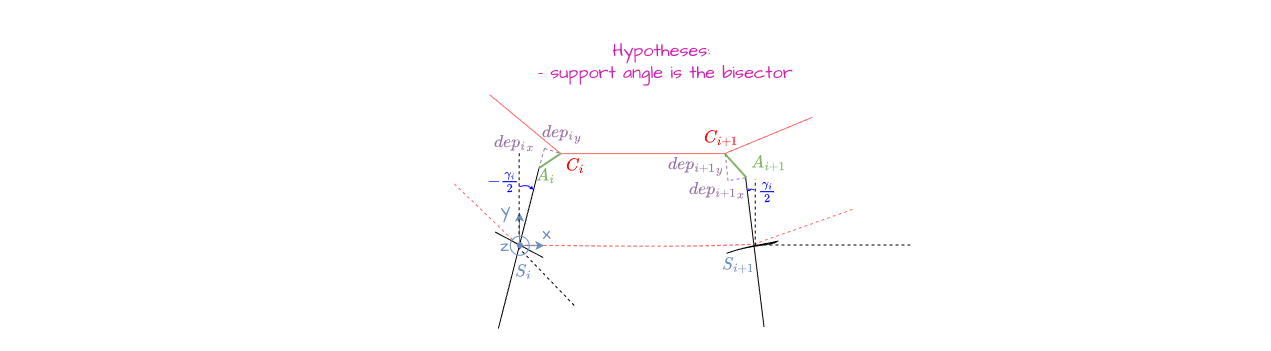
phlowers/mechaphlowers keeps this draw.io diagram as docs/user_guide/assets/angle_line_points.drawio.png. Above is the earlier version. Source tidied: cells renumbered, new cells last; positions are measured from the earlier drawing's top-left corner, leaving out a move shared by most shapes.
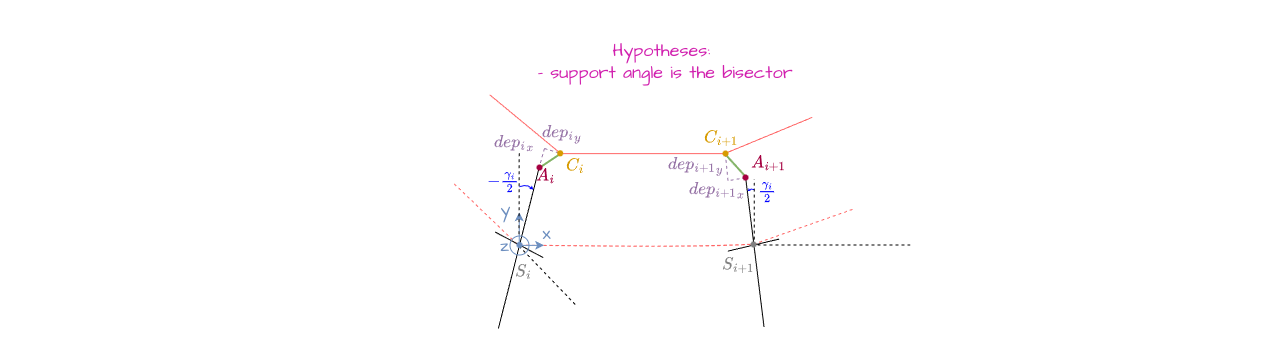
The same diagram one commit later.

Commit message:
Add points on schemas

Diff of the diagram source:
```diff
@@ -5,7 +5,7 @@
     <mxCell id="2" style="rounded=0;whiteSpace=wrap;html=1;sketch=1;hachureGap=4;jiggle=2;curveFitting=1;fontFamily=Architects Daughter;fontSource=https%3A%2F%2Ffonts.googleapis.com%2Fcss%3Ffamily%3DArchitects%2BDaughter;fontSize=18;fillColor=default;strokeColor=none;" parent="1" vertex="1">
       <mxGeometry width="1270.1" height="350" as="geometry" />
     </mxCell>
-    <mxCell id="3" value="&lt;font style=&quot;color: rgb(130, 179, 102);&quot; face=&quot;Architects daughter&quot;&gt;\(A_i\)&lt;/font&gt;" style="text;html=1;align=center;verticalAlign=middle;strokeColor=none;fillColor=none;fontSize=18;" parent="1" vertex="1">
+    <mxCell id="3" value="&lt;font style=&quot;color: rgb(165, 0, 64);&quot; face=&quot;Architects daughter&quot;&gt;\(A_i\)&lt;/font&gt;" style="text;html=1;align=center;verticalAlign=middle;strokeColor=none;fillColor=none;fontSize=18;" parent="1" vertex="1">
       <mxGeometry x="505" y="155" width="80" height="40" as="geometry" />
     </mxCell>
     <mxCell id="4" value="&lt;font style=&quot;color: rgb(209, 31, 174);&quot;&gt;Hypotheses:&amp;nbsp;&lt;/font&gt;&lt;div&gt;&lt;font style=&quot;color: rgb(209, 31, 174);&quot;&gt;- support angle is the bisector&lt;/font&gt;&lt;/div&gt;" style="text;html=1;strokeColor=none;fillColor=none;align=center;verticalAlign=middle;whiteSpace=wrap;rounded=0;labelBackgroundColor=none;sketch=0;hachureGap=4;jiggle=2;curveFitting=1;strokeWidth=2;fontFamily=Architects Daughter;fontSource=https%3A%2F%2Ffonts.googleapis.com%2Fcss%3Ffamily%3DArchitects%2BDaughter;fontSize=18;fontColor=#D11FAE;flipV=0;" parent="1" vertex="1">
@@ -31,8 +31,8 @@
     </mxCell>
     <mxCell id="8" style="endArrow=none;dashed=1;html=1;strokeWidth=1;hachureGap=4;fontFamily=Architects Daughter;fontSource=https%3A%2F%2Ffonts.googleapis.com%2Fcss%3Ffamily%3DArchitects%2BDaughter;fontSize=18;" parent="1" edge="1">
       <mxGeometry relative="1" as="geometry">
-        <mxPoint x="517.6" y="246.6" as="sourcePoint" />
-        <mxPoint x="575.5" y="306.9" as="targetPoint" />
+        <mxPoint x="518.6" y="245.6" as="sourcePoint" />
+        <mxPoint x="576.5" y="305.9" as="targetPoint" />
       </mxGeometry>
     </mxCell>
     <mxCell id="9" style="endArrow=none;html=1;hachureGap=4;fontFamily=Architects Daughter;fontSource=https%3A%2F%2Ffonts.googleapis.com%2Fcss%3Ffamily%3DArchitects%2BDaughter;fontSize=18;strokeColor=#FF6666;dashed=1;" parent="1" edge="1">
@@ -62,10 +62,10 @@
         <mxPoint y="73.9" as="targetPoint" />
       </mxGeometry>
     </mxCell>
-    <mxCell id="14" value="&lt;font style=&quot;color: rgb(108, 142, 191);&quot; face=&quot;Architects daughter&quot;&gt;\(S_i\)&lt;/font&gt;" style="text;html=1;align=center;verticalAlign=middle;strokeColor=none;fillColor=none;fontSize=18;" parent="11" vertex="1">
+    <mxCell id="14" value="&lt;font style=&quot;color: rgb(128, 128, 128);&quot; face=&quot;Architects daughter&quot;&gt;\(S_i\)&lt;/font&gt;" style="text;html=1;align=center;verticalAlign=middle;strokeColor=none;fillColor=none;fontSize=18;" parent="11" vertex="1">
       <mxGeometry x="-11.7" y="93.4" width="80" height="40" as="geometry" />
     </mxCell>
-    <mxCell id="15" style="group;rotation=-9.9;sketch=1;hachureGap=4;jiggle=2;curveFitting=1;fontFamily=Architects Daughter;fontSource=https%3A%2F%2Ffonts.googleapis.com%2Fcss%3Ffamily%3DArchitects%2BDaughter;fontSize=18;flipV=0;" parent="1" vertex="1">
+    <mxCell id="15" style="group;rotation=-9.9;hachureGap=4;fontFamily=Architects Daughter;fontSource=https%3A%2F%2Ffonts.googleapis.com%2Fcss%3Ffamily%3DArchitects%2BDaughter;fontSize=18;flipV=0;" parent="1" vertex="1">
       <mxGeometry x="726.4" y="162.1" width="52.5" height="165.9" as="geometry" />
     </mxCell>
     <mxCell id="16" style="endArrow=none;html=1;hachureGap=4;fontFamily=Architects Daughter;fontSource=https%3A%2F%2Ffonts.googleapis.com%2Fcss%3Ffamily%3DArchitects%2BDaughter;fontSize=18;" parent="15" edge="1">
@@ -74,10 +74,10 @@
         <mxPoint x="18.6" y="13.6" as="targetPoint" />
       </mxGeometry>
     </mxCell>
-    <mxCell id="17" style="endArrow=none;html=1;sketch=1;hachureGap=4;jiggle=2;curveFitting=1;fontFamily=Architects Daughter;fontSource=https%3A%2F%2Ffonts.googleapis.com%2Fcss%3Ffamily%3DArchitects%2BDaughter;fontSize=18;" parent="15" edge="1">
+    <mxCell id="17" style="endArrow=none;html=1;hachureGap=4;fontFamily=Architects Daughter;fontSource=https%3A%2F%2Ffonts.googleapis.com%2Fcss%3Ffamily%3DArchitects%2BDaughter;fontSize=18;" parent="15" edge="1">
       <mxGeometry relative="1" as="geometry">
-        <mxPoint x="51.4" y="78.4" as="sourcePoint" />
-        <mxPoint y="90.5" as="targetPoint" />
+        <mxPoint x="52.4" y="76.4" as="sourcePoint" />
+        <mxPoint x="1" y="88.5" as="targetPoint" />
       </mxGeometry>
     </mxCell>
     <mxCell id="18" style="endArrow=none;html=1;hachureGap=4;fontFamily=Architects Daughter;fontSource=https%3A%2F%2Ffonts.googleapis.com%2Fcss%3Ffamily%3DArchitects%2BDaughter;fontSize=18;strokeColor=#FF6666;rounded=1;curved=0;" parent="1" edge="1">
@@ -92,10 +92,10 @@
         <mxPoint x="753.7" y="243.6" as="targetPoint" />
       </mxGeometry>
     </mxCell>
-    <mxCell id="20" value="&lt;font style=&quot;color: rgb(108, 142, 191);&quot; face=&quot;Architects daughter&quot;&gt;\(S_{i+1}\)&lt;/font&gt;" style="text;html=1;align=center;verticalAlign=middle;strokeColor=none;fillColor=none;fontSize=18;" parent="1" vertex="1">
+    <mxCell id="20" value="&lt;font style=&quot;color: rgb(128, 128, 128);&quot; face=&quot;Architects daughter&quot;&gt;\(S_{i+1}\)&lt;/font&gt;" style="text;html=1;align=center;verticalAlign=middle;strokeColor=none;fillColor=none;fontSize=18;" parent="1" vertex="1">
       <mxGeometry x="683" y="244" width="110" height="40" as="geometry" />
     </mxCell>
-    <mxCell id="21" value="&lt;font style=&quot;color: rgb(255, 0, 0);&quot; face=&quot;Architects daughter&quot;&gt;\(C_i\)&lt;/font&gt;" style="text;html=1;align=center;verticalAlign=middle;strokeColor=none;fillColor=none;fontSize=18;" parent="1" vertex="1">
+    <mxCell id="21" value="&lt;font style=&quot;color: rgb(215, 155, 0);&quot; face=&quot;Architects daughter&quot;&gt;\(C_i\)&lt;/font&gt;" style="text;html=1;align=center;verticalAlign=middle;strokeColor=none;fillColor=none;fontSize=18;" parent="1" vertex="1">
       <mxGeometry x="534.9" y="144.8" width="80" height="40" as="geometry" />
     </mxCell>
     <mxCell id="22" style="edgeStyle=none;orthogonalLoop=1;jettySize=auto;html=1;fillColor=#d5e8d4;strokeColor=#82b366;strokeWidth=2;endArrow=none;endFill=0;fontSize=18;" parent="1" edge="1">
@@ -116,10 +116,10 @@
     <mxCell id="25" value="&lt;font style=&quot;color: rgb(150, 115, 166);&quot; face=&quot;Architects daughter&quot;&gt;\({dep_{i+1}}_y\)&lt;/font&gt;" style="text;html=1;align=center;verticalAlign=middle;strokeColor=none;fillColor=none;fontSize=18;" parent="1" vertex="1">
       <mxGeometry x="614.9" y="144" width="160" height="40" as="geometry" />
     </mxCell>
-    <mxCell id="26" value="&lt;font style=&quot;color: rgb(255, 4, 4);&quot; face=&quot;Architects daughter&quot;&gt;\(C_{i+1}\)&lt;/font&gt;" style="text;html=1;align=center;verticalAlign=middle;strokeColor=none;fillColor=none;fontSize=18;" parent="1" vertex="1">
+    <mxCell id="26" value="&lt;font style=&quot;color: rgb(215, 155, 0);&quot; face=&quot;Architects daughter&quot;&gt;\(C_{i+1}\)&lt;/font&gt;" style="text;html=1;align=center;verticalAlign=middle;strokeColor=none;fillColor=none;fontSize=18;" parent="1" vertex="1">
       <mxGeometry x="665" y="117" width="110" height="40" as="geometry" />
     </mxCell>
-    <mxCell id="27" value="&lt;font style=&quot;color: rgb(130, 179, 102);&quot; face=&quot;Architects daughter&quot;&gt;\(A_{i+1}\)&lt;/font&gt;" style="text;html=1;align=center;verticalAlign=middle;strokeColor=none;fillColor=none;fontSize=18;" parent="1" vertex="1">
+    <mxCell id="27" value="&lt;font style=&quot;color: rgb(165, 0, 64);&quot; face=&quot;Architects daughter&quot;&gt;\(A_{i+1}\)&lt;/font&gt;" style="text;html=1;align=center;verticalAlign=middle;strokeColor=none;fillColor=none;fontSize=18;" parent="1" vertex="1">
       <mxGeometry x="713" y="142" width="110" height="40" as="geometry" />
     </mxCell>
     <mxCell id="28" value="&lt;font style=&quot;color: rgb(150, 115, 166);&quot; face=&quot;Architects daughter&quot;&gt;\({dep_i}_y\)&lt;/font&gt;" style="text;html=1;align=center;verticalAlign=middle;strokeColor=none;fillColor=none;fontSize=18;" parent="1" vertex="1">
@@ -152,8 +152,8 @@
         <mxPoint x="727.5" y="180.2" as="targetPoint" />
       </mxGeometry>
     </mxCell>
-    <mxCell id="34" style="group;fontSize=18;" parent="1" vertex="1">
-      <mxGeometry x="490.3" y="180.2" width="72.1" height="102.5" as="geometry" />
+    <mxCell id="34" style="group;fontSize=18;fillColor=none;strokeColor=none;" parent="1" vertex="1">
+      <mxGeometry x="490" y="180" width="72.1" height="102.5" as="geometry" />
     </mxCell>
     <mxCell id="35" value="&lt;font face=&quot;Architects daughter&quot; color=&quot;#6c8ebf&quot;&gt;z&lt;/font&gt;" style="text;html=1;align=center;verticalAlign=middle;strokeColor=none;fillColor=none;fontSize=18;" parent="34" vertex="1">
       <mxGeometry x="-1.3" y="45.8" width="30" height="40" as="geometry" />
@@ -188,6 +188,9 @@
         <mxPoint x="518.7" y="151.6" as="targetPoint" />
       </mxGeometry>
     </mxCell>
+    <mxCell id="48" style="shape=waypoint;sketch=0;size=6;fillColor=#ffe6cc;perimeter=centerPerimeter;strokeColor=#D79B00;" parent="1" vertex="1">
+      <mxGeometry x="549.7" y="142.8" width="20" height="20" as="geometry" />
+    </mxCell>
     <mxCell id="43" style="endArrow=classic;html=1;sketch=0;hachureGap=4;jiggle=2;curveFitting=1;strokeWidth=1;fontFamily=Architects Daughter;fontSource=https%3A%2F%2Ffonts.googleapis.com%2Fcss%3Ffamily%3DArchitects%2BDaughter;fontSize=18;curved=1;endFill=1;endSize=1;startSize=6;strokeColor=#0000FF;" parent="1" edge="1">
       <mxGeometry relative="1" as="geometry">
         <mxPoint x="518.7" y="186.3" as="sourcePoint" />
@@ -219,9 +222,21 @@
     </mxCell>
     <mxCell id="47" style="edgeStyle=none;orthogonalLoop=1;jettySize=auto;html=1;dashed=1;endArrow=none;endFill=0;fontSize=18;" parent="1" edge="1">
       <mxGeometry relative="1" as="geometry">
-        <mxPoint x="754.8" y="245.1" as="sourcePoint" />
-        <mxPoint x="754.8" y="178.7" as="targetPoint" />
+        <mxPoint x="753.8" y="245.1" as="sourcePoint" />
+        <mxPoint x="753.8" y="178.7" as="targetPoint" />
       </mxGeometry>
     </mxCell>
+    <mxCell id="49" style="shape=waypoint;sketch=0;size=6;fillColor=#ffe6cc;perimeter=centerPerimeter;strokeColor=#D79B00;" parent="1" vertex="1">
+      <mxGeometry x="715" y="143" width="20" height="20" as="geometry" />
+    </mxCell>
+    <mxCell id="50" style="shape=waypoint;sketch=0;size=6;fillColor=#d80073;perimeter=centerPerimeter;strokeColor=#A50040;fontColor=#ffffff;" parent="1" vertex="1">
+      <mxGeometry x="529" y="157" width="20" height="20" as="geometry" />
+    </mxCell>
+    <mxCell id="51" style="shape=waypoint;sketch=0;size=6;fillColor=#d80073;perimeter=centerPerimeter;strokeColor=#A50040;fontColor=#ffffff;" parent="1" vertex="1">
+      <mxGeometry x="735" y="167" width="20" height="20" as="geometry" />
+    </mxCell>
+    <mxCell id="52" style="shape=waypoint;sketch=0;size=6;perimeter=centerPerimeter;fillColor=#ffe6cc;strokeColor=#808080;strokeWidth=1;" parent="1" vertex="1">
+      <mxGeometry x="743" y="234" width="20" height="20" as="geometry" />
+    </mxCell>
   </root>
 </mxGraphModel>
```
